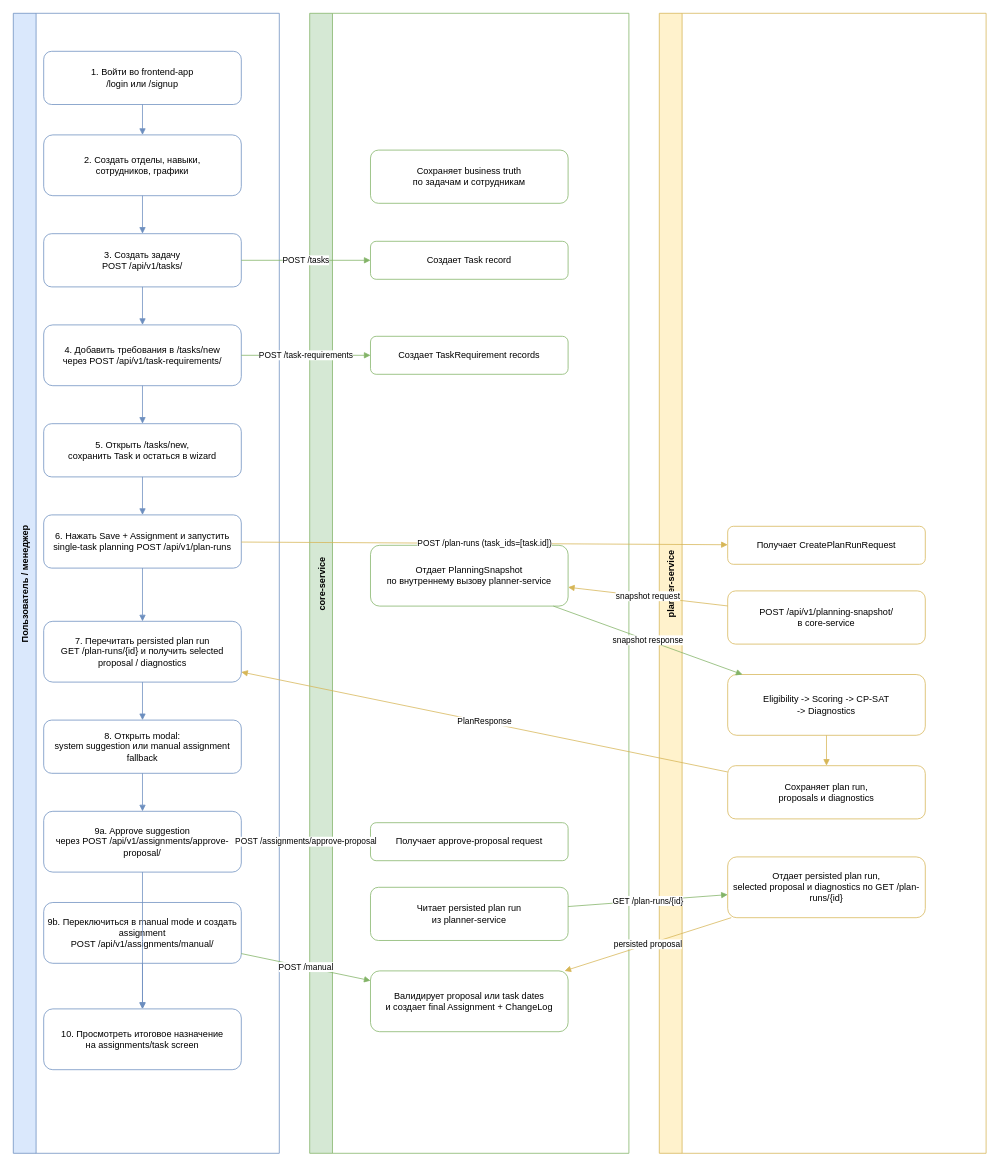
Before: docs/architecture/task-creation-and-final-assignment-flow.drawio in Soj044/diploma_Planner, a draw.io diagram. Source tidied: cells renumbered, new cells numbered last; positions are measured from the earlier drawing's top-left corner, leaving out a move shared by most shapes. Both pictures are drawn from the tidied source at 76%, with x=0, y=0 at pixel (13, 13).
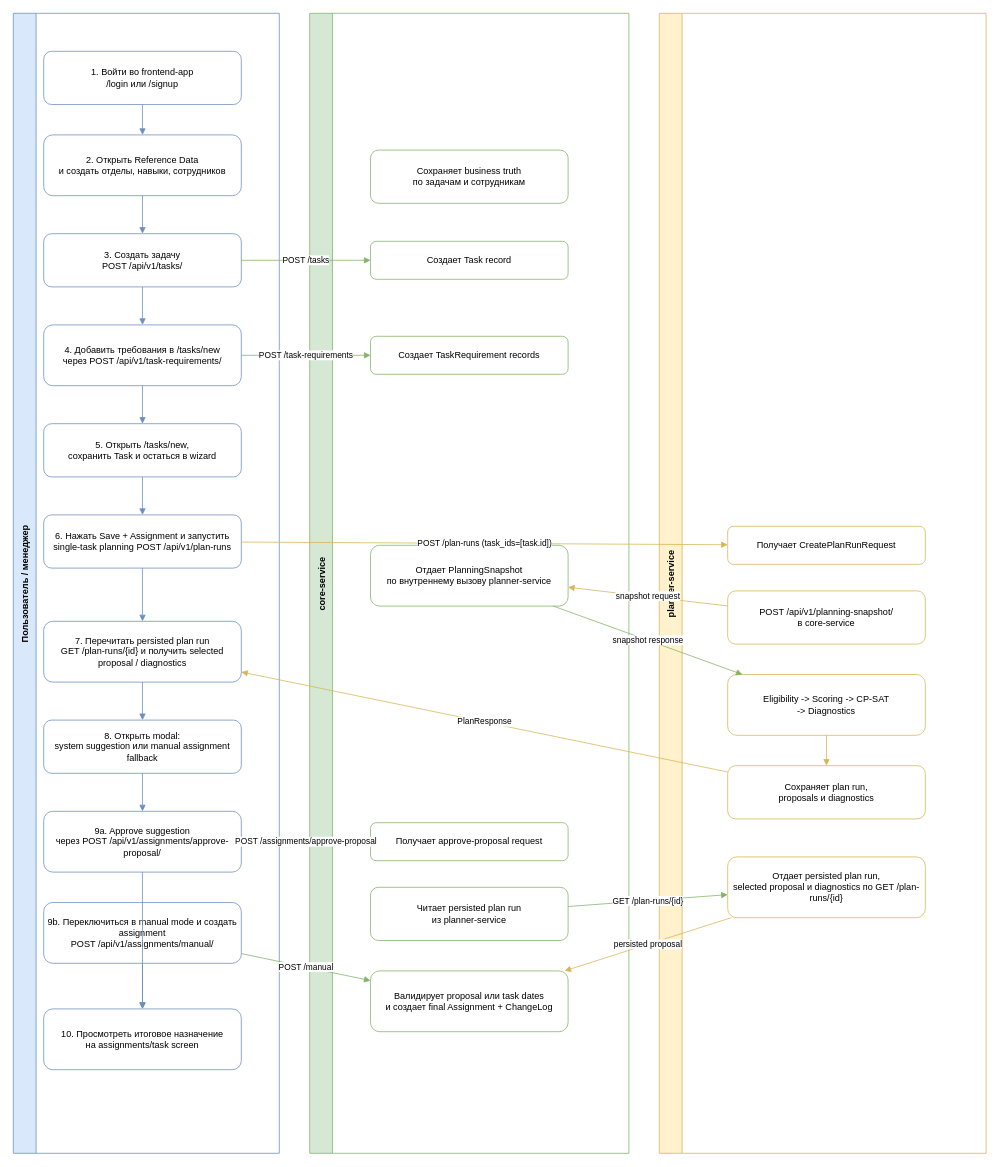
After the change.

Unchanged cells that the change refers to:
```xml
<mxCell id="2" value="Пользователь / менеджер" style="swimlane;horizontal=0;startSize=30;fillColor=#dae8fc;strokeColor=#6c8ebf;fontStyle=1;" parent="1" vertex="1">
  <mxGeometry width="350" height="1500" as="geometry" />
</mxCell>
```

Diff of the diagram source:
```diff
@@
-    <mxCell id="6" value="2. Создать отделы, навыки,&lt;br/&gt;сотрудников, графики" style="rounded=1;whiteSpace=wrap;html=1;fillColor=#ffffff;strokeColor=#6c8ebf;" parent="2" vertex="1">
+    <mxCell id="6" value="2. Открыть Reference Data&lt;br/&gt;и создать отделы, навыки, сотрудников" style="rounded=1;whiteSpace=wrap;html=1;fillColor=#ffffff;strokeColor=#6c8ebf;" parent="2" vertex="1">
       <mxGeometry x="40" y="160" width="260" height="80" as="geometry" />
     </mxCell>
```
